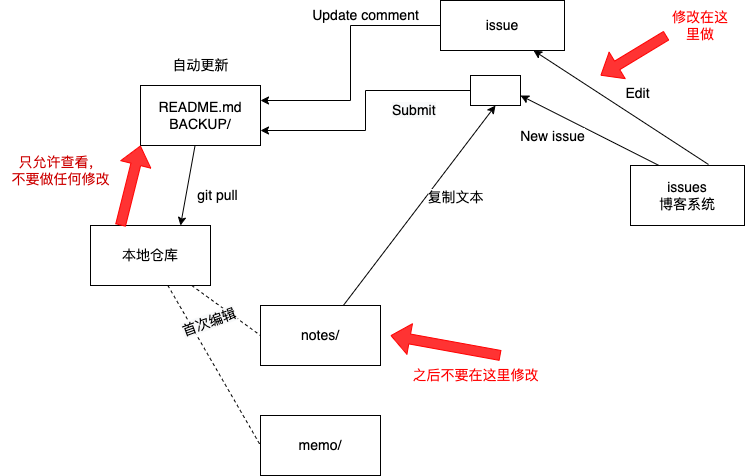
Earlier version of the draw.io export simple/blog-system-architecture.drawio.png (yeshiqing/diagrams). Source tidied: cells renumbered, new cells last; positions are measured from the earlier drawing's top-left corner, leaving out a move shared by most shapes.
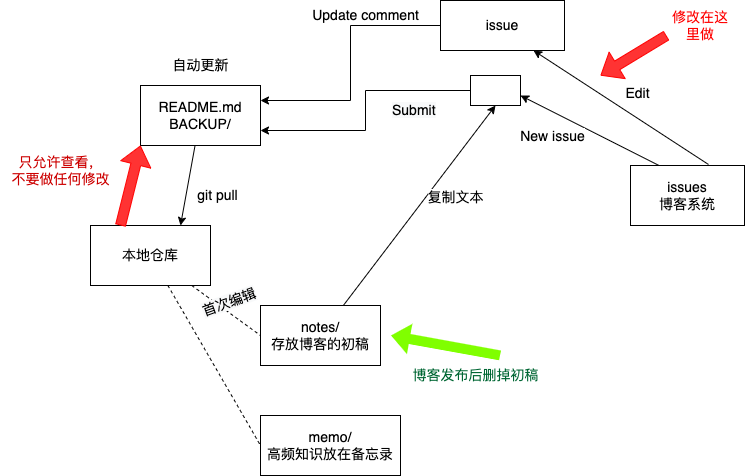
Above is the later version.

The edit, as a diff of the source:
```diff
@@ -44,11 +44,11 @@
     <mxCell id="13" value="复制文本" style="edgeStyle=none;rounded=0;jettySize=auto;html=1;entryX=0.5;entryY=1;entryDx=0;entryDy=0;" parent="1" edge="1" source="14" target="26">
       <mxGeometry x="0.23" y="-24" relative="1" as="geometry" />
     </mxCell>
-    <mxCell id="14" value="notes/" style="rounded=0;whiteSpace=wrap;html=1;" parent="1" vertex="1">
+    <mxCell id="14" value="notes/&lt;br&gt;存放博客的初稿" style="rounded=0;whiteSpace=wrap;html=1;" parent="1" vertex="1">
       <mxGeometry x="260" y="305" width="120" height="60" as="geometry" />
     </mxCell>
-    <mxCell id="15" value="memo/" style="rounded=0;whiteSpace=wrap;html=1;" parent="1" vertex="1">
-      <mxGeometry x="260" y="415" width="120" height="60" as="geometry" />
+    <mxCell id="15" value="memo/&lt;br&gt;高频知识放在备忘录" style="rounded=0;whiteSpace=wrap;html=1;" parent="1" vertex="1">
+      <mxGeometry x="260" y="415" width="140" height="60" as="geometry" />
     </mxCell>
     <mxCell id="16" style="shape=flexArrow;endArrow=classic;html=1;rounded=0;strokeColor=#FF0000;fillColor=#FF3333;exitX=0.25;exitY=0;exitDx=0;exitDy=0;entryX=0;entryY=1;entryDx=0;entryDy=0;endSize=6;startSize=2;sketch=0;startArrow=none;startFill=0;" parent="1" edge="1" source="12" target="5">
       <mxGeometry relative="1" as="geometry" />
@@ -57,7 +57,7 @@
       <mxGeometry y="145" width="120" height="50" as="geometry" />
     </mxCell>
     <mxCell id="18" value="&lt;span style=&quot;color: rgb(0, 0, 0); font-family: Helvetica; font-size: 12px; font-style: normal; font-variant-ligatures: normal; font-variant-caps: normal; font-weight: 400; letter-spacing: normal; orphans: 2; text-align: center; text-indent: 0px; text-transform: none; widows: 2; word-spacing: 0px; -webkit-text-stroke-width: 0px; background-color: rgb(248, 249, 250); text-decoration-thickness: initial; text-decoration-style: initial; text-decoration-color: initial; float: none; display: inline !important;&quot;&gt;首次编辑&lt;/span&gt;" style="text;whiteSpace=wrap;html=1;fontColor=#CC0000;rotation=-20;" parent="1" vertex="1">
-      <mxGeometry x="180" y="305" width="69.8" height="40" as="geometry" />
+      <mxGeometry x="200" y="285" width="69.8" height="40" as="geometry" />
     </mxCell>
     <mxCell id="19" style="edgeStyle=orthogonalEdgeStyle;rounded=0;sketch=0;jettySize=auto;html=1;exitX=0;exitY=0.5;exitDx=0;exitDy=0;entryX=1;entryY=0.25;entryDx=0;entryDy=0;fontColor=#000000;startArrow=none;startFill=0;startSize=2;endSize=6;" parent="1" edge="1" source="20" target="5">
       <mxGeometry relative="1" as="geometry" />
@@ -89,13 +89,13 @@
     <mxCell id="27" value="自动更新" style="text;html=1;align=center;verticalAlign=middle;strokeColor=none;fillColor=none;fontColor=#000000;" parent="1" vertex="1">
       <mxGeometry x="160" y="50" width="80" height="30" as="geometry" />
     </mxCell>
-    <mxCell id="28" style="shape=flexArrow;endArrow=classic;html=1;rounded=0;strokeColor=#FF0000;fillColor=#FF3333;endSize=6;startSize=2;sketch=0;startArrow=none;startFill=0;" parent="1" edge="1">
+    <mxCell id="28" style="shape=flexArrow;endArrow=classic;html=1;rounded=0;strokeColor=none;fillColor=#80FF00;endSize=6;startSize=2;sketch=0;startArrow=none;startFill=0;fontColor=#33FF33;" parent="1" edge="1">
       <mxGeometry relative="1" as="geometry">
         <mxPoint x="500" y="355" as="sourcePoint" />
         <mxPoint x="390" y="335" as="targetPoint" />
       </mxGeometry>
     </mxCell>
-    <mxCell id="29" value="之后不要在这里修改" style="edgeLabel;html=1;align=center;verticalAlign=middle;fontColor=#FF0000;" parent="28" vertex="1">
+    <mxCell id="29" value="博客发布后删掉初稿" style="edgeLabel;html=1;align=center;verticalAlign=middle;fontColor=#006633;" parent="28" vertex="1">
       <mxGeometry relative="1" as="geometry">
         <mxPoint x="30" y="30" as="offset" />
       </mxGeometry>
```
